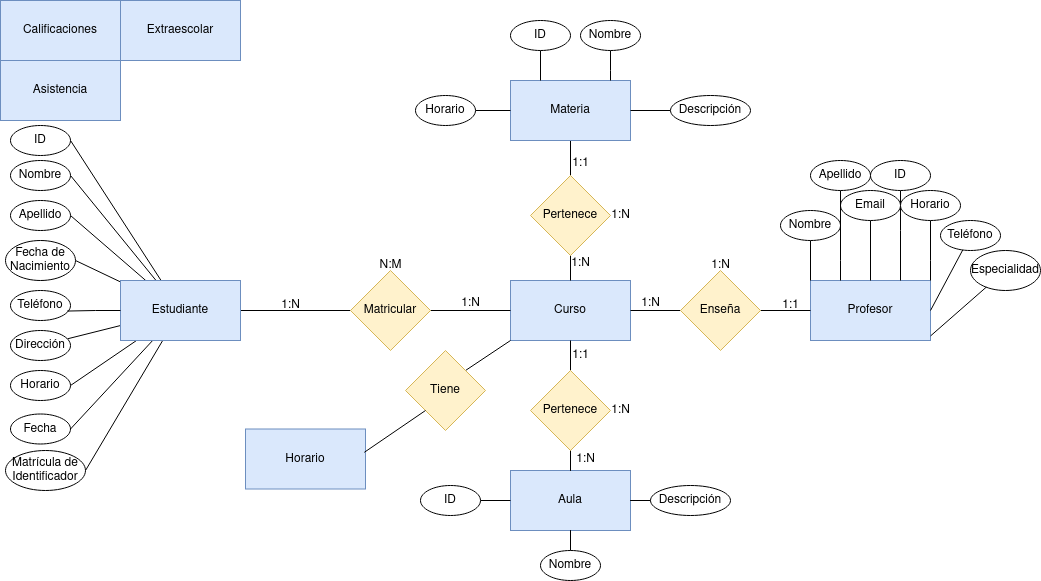
The draw.io diagram diagrama-tarea2.png in GermanOjeda/base-datos, before a commit. Source tidied: cells renumbered, new cells last; positions are measured from the earlier drawing's top-left corner, leaving out a move shared by most shapes.
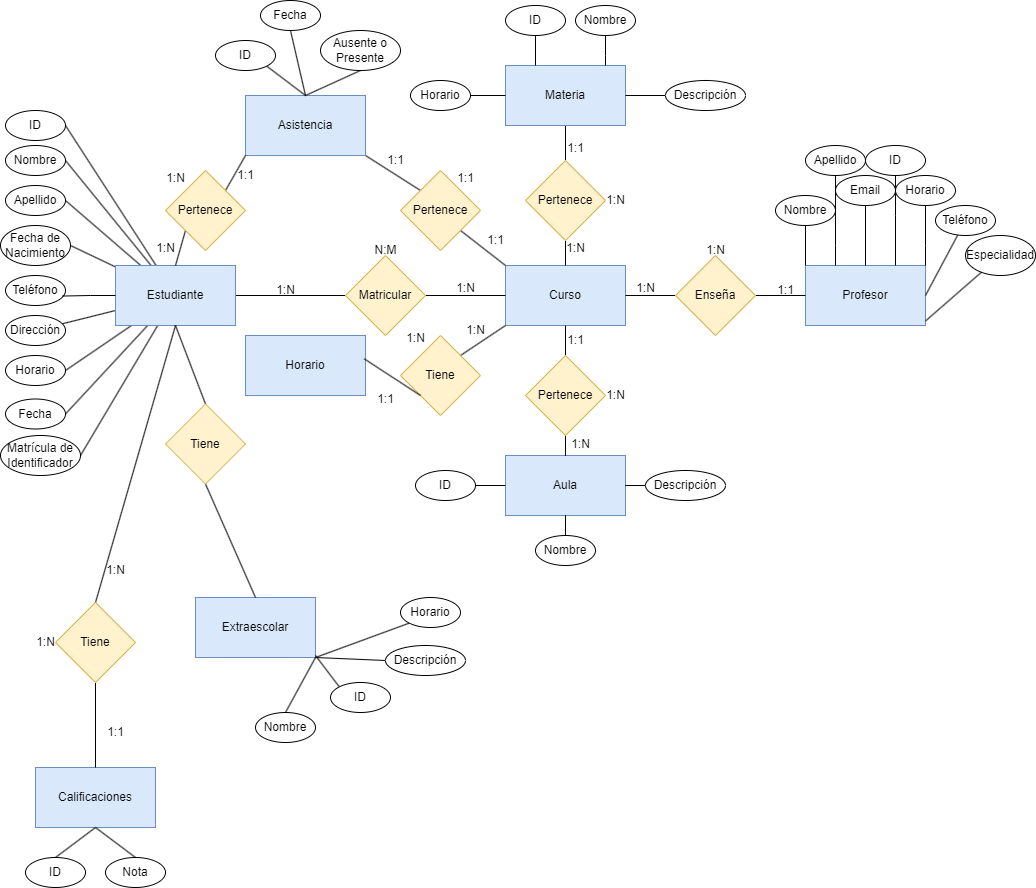
The same file after the commit.

The edit, as a diff of the source:
```diff
@@ -35,6 +35,9 @@
     <mxCell id="12" style="edgeStyle=orthogonalEdgeStyle;rounded=0;jettySize=auto;html=1;entryX=0.5;entryY=1;entryDx=0;entryDy=0;endArrow=none;endFill=0;" parent="1" edge="1" source="57" target="36">
       <mxGeometry relative="1" as="geometry" />
     </mxCell>
+    <mxCell id="84" style="rounded=0;jettySize=auto;html=1;exitX=0;exitY=0;exitDx=0;exitDy=0;entryX=1;entryY=1;entryDx=0;entryDy=0;endArrow=none;endFill=0;" parent="1" edge="1" source="100" target="38">
+      <mxGeometry relative="1" as="geometry" />
+    </mxCell>
     <mxCell id="13" value="Curso" style="rounded=0;whiteSpace=wrap;html=1;fillColor=#dae8fc;strokeColor=#6c8ebf;" parent="1" vertex="1">
       <mxGeometry x="510" y="280" width="120" height="60" as="geometry" />
     </mxCell>
@@ -111,16 +114,19 @@
       <mxGeometry x="510" y="470" width="120" height="60" as="geometry" />
     </mxCell>
     <mxCell id="38" value="Asistencia" style="rounded=0;whiteSpace=wrap;html=1;fillColor=#dae8fc;strokeColor=#6c8ebf;" parent="1" vertex="1">
-      <mxGeometry y="60" width="120" height="60" as="geometry" />
+      <mxGeometry x="250" y="110" width="120" height="60" as="geometry" />
     </mxCell>
     <mxCell id="39" value="Calificaciones" style="rounded=0;whiteSpace=wrap;html=1;fillColor=#dae8fc;strokeColor=#6c8ebf;" parent="1" vertex="1">
-      <mxGeometry width="120" height="60" as="geometry" />
+      <mxGeometry x="40" y="782" width="120" height="60" as="geometry" />
     </mxCell>
     <mxCell id="40" value="Horario" style="rounded=0;whiteSpace=wrap;html=1;fillColor=#dae8fc;strokeColor=#6c8ebf;" parent="1" vertex="1">
-      <mxGeometry x="245" y="428.5" width="120" height="60" as="geometry" />
+      <mxGeometry x="250" y="350" width="120" height="60" as="geometry" />
     </mxCell>
+    <mxCell id="85" style="rounded=0;jettySize=auto;html=1;exitX=0.5;exitY=0;exitDx=0;exitDy=0;entryX=0.5;entryY=1;entryDx=0;entryDy=0;endArrow=none;endFill=0;" parent="1" edge="1" source="117" target="11">
+      <mxGeometry relative="1" as="geometry" />
+    </mxCell>
     <mxCell id="41" value="Extraescolar" style="rounded=0;whiteSpace=wrap;html=1;fillColor=#dae8fc;strokeColor=#6c8ebf;" parent="1" vertex="1">
-      <mxGeometry x="120" width="120" height="60" as="geometry" />
+      <mxGeometry x="200" y="612" width="120" height="60" as="geometry" />
     </mxCell>
     <mxCell id="42" style="edgeStyle=orthogonalEdgeStyle;rounded=0;jettySize=auto;html=1;endArrow=none;endFill=0;" parent="1" edge="1" source="43" target="29">
       <mxGeometry relative="1" as="geometry">
@@ -273,5 +279,129 @@
     <mxCell id="83" style="rounded=0;jettySize=auto;html=1;exitX=0;exitY=1;exitDx=0;exitDy=0;entryX=0.99;entryY=0.389;entryDx=0;entryDy=0;entryPerimeter=0;endArrow=none;endFill=0;" parent="1" edge="1" source="82" target="40">
       <mxGeometry relative="1" as="geometry" />
     </mxCell>
+    <mxCell id="86" value="1:N" style="text;html=1;align=center;verticalAlign=middle;strokeColor=none;fillColor=none;" parent="1" vertex="1">
+      <mxGeometry x="460" y="330" width="40" height="30" as="geometry" />
+    </mxCell>
+    <mxCell id="87" value="1:1" style="text;html=1;align=center;verticalAlign=middle;strokeColor=none;fillColor=none;" parent="1" vertex="1">
+      <mxGeometry x="370" y="399" width="40" height="30" as="geometry" />
+    </mxCell>
+    <mxCell id="88" value="1:N" style="text;html=1;align=center;verticalAlign=middle;strokeColor=none;fillColor=none;" parent="1" vertex="1">
+      <mxGeometry x="400" y="338" width="40" height="30" as="geometry" />
+    </mxCell>
+    <mxCell id="89" style="rounded=0;jettySize=auto;html=1;exitX=0.5;exitY=0;exitDx=0;exitDy=0;entryX=0.5;entryY=1;entryDx=0;entryDy=0;endArrow=none;endFill=0;" parent="1" edge="1" source="91" target="11">
+      <mxGeometry relative="1" as="geometry" />
+    </mxCell>
+    <mxCell id="90" style="edgeStyle=orthogonalEdgeStyle;rounded=0;jettySize=auto;html=1;entryX=0.5;entryY=0;entryDx=0;entryDy=0;endArrow=none;endFill=0;" parent="1" edge="1" source="91" target="39">
+      <mxGeometry relative="1" as="geometry" />
+    </mxCell>
+    <mxCell id="91" value="Tiene" style="rhombus;whiteSpace=wrap;html=1;fillColor=#fff2cc;strokeColor=#d6b656;" parent="1" vertex="1">
+      <mxGeometry x="60" y="617" width="80" height="80" as="geometry" />
+    </mxCell>
+    <mxCell id="92" value="1:1" style="text;html=1;align=center;verticalAlign=middle;strokeColor=none;fillColor=none;" parent="1" vertex="1">
+      <mxGeometry x="100" y="732" width="40" height="30" as="geometry" />
+    </mxCell>
+    <mxCell id="93" value="1:N" style="text;html=1;align=center;verticalAlign=middle;strokeColor=none;fillColor=none;" parent="1" vertex="1">
+      <mxGeometry x="100" y="570" width="40" height="30" as="geometry" />
+    </mxCell>
+    <mxCell id="94" value="1:N" style="text;html=1;align=center;verticalAlign=middle;strokeColor=none;fillColor=none;" parent="1" vertex="1">
+      <mxGeometry x="30" y="642" width="40" height="30" as="geometry" />
+    </mxCell>
+    <mxCell id="95" style="rounded=0;jettySize=auto;html=1;exitX=0.5;exitY=0;exitDx=0;exitDy=0;entryX=0.5;entryY=1;entryDx=0;entryDy=0;endArrow=none;endFill=0;" parent="1" edge="1" source="96" target="39">
+      <mxGeometry relative="1" as="geometry" />
+    </mxCell>
+    <mxCell id="96" value="ID" style="ellipse;whiteSpace=wrap;html=1;" parent="1" vertex="1">
+      <mxGeometry x="30" y="872" width="60" height="30" as="geometry" />
+    </mxCell>
+    <mxCell id="97" style="rounded=0;jettySize=auto;html=1;exitX=0.5;exitY=0;exitDx=0;exitDy=0;entryX=0.5;entryY=1;entryDx=0;entryDy=0;endArrow=none;endFill=0;shadow=0;" parent="1" edge="1" source="98" target="39">
+      <mxGeometry relative="1" as="geometry" />
+    </mxCell>
+    <mxCell id="98" value="Nota" style="ellipse;whiteSpace=wrap;html=1;" parent="1" vertex="1">
+      <mxGeometry x="110" y="872" width="60" height="30" as="geometry" />
+    </mxCell>
+    <mxCell id="99" style="rounded=0;jettySize=auto;html=1;exitX=0;exitY=0;exitDx=0;exitDy=0;entryX=1;entryY=1;entryDx=0;entryDy=0;endArrow=none;endFill=0;" parent="1" edge="1" source="13" target="100">
+      <mxGeometry relative="1" as="geometry" />
+    </mxCell>
+    <mxCell id="100" value="Pertenece" style="rhombus;whiteSpace=wrap;html=1;fillColor=#fff2cc;strokeColor=#d6b656;" parent="1" vertex="1">
+      <mxGeometry x="405" y="185" width="80" height="80" as="geometry" />
+    </mxCell>
+    <mxCell id="101" style="rounded=0;jettySize=auto;html=1;exitX=0.5;exitY=0;exitDx=0;exitDy=0;entryX=0;entryY=1;entryDx=0;entryDy=0;endArrow=none;endFill=0;" parent="1" edge="1" source="11" target="103">
+      <mxGeometry relative="1" as="geometry" />
+    </mxCell>
+    <mxCell id="102" style="rounded=0;jettySize=auto;html=1;exitX=1;exitY=0;exitDx=0;exitDy=0;entryX=0;entryY=1;entryDx=0;entryDy=0;endArrow=none;endFill=0;" parent="1" edge="1" source="103" target="38">
+      <mxGeometry relative="1" as="geometry" />
+    </mxCell>
+    <mxCell id="103" value="Pertenece" style="rhombus;whiteSpace=wrap;html=1;fillColor=#fff2cc;strokeColor=#d6b656;" parent="1" vertex="1">
+      <mxGeometry x="170" y="185" width="80" height="80" as="geometry" />
+    </mxCell>
+    <mxCell id="104" value="1:1" style="text;html=1;align=center;verticalAlign=middle;strokeColor=none;fillColor=none;" parent="1" vertex="1">
+      <mxGeometry x="230" y="175" width="40" height="30" as="geometry" />
+    </mxCell>
+    <mxCell id="105" value="1:N" style="text;html=1;align=center;verticalAlign=middle;strokeColor=none;fillColor=none;" parent="1" vertex="1">
+      <mxGeometry x="150" y="248" width="40" height="30" as="geometry" />
+    </mxCell>
+    <mxCell id="106" value="1:N" style="text;html=1;align=center;verticalAlign=middle;strokeColor=none;fillColor=none;" parent="1" vertex="1">
+      <mxGeometry x="160" y="178" width="40" height="30" as="geometry" />
+    </mxCell>
+    <mxCell id="107" value="1:1" style="text;html=1;align=center;verticalAlign=middle;strokeColor=none;fillColor=none;" parent="1" vertex="1">
+      <mxGeometry x="380" y="160" width="40" height="30" as="geometry" />
+    </mxCell>
+    <mxCell id="108" value="1:1" style="text;html=1;align=center;verticalAlign=middle;strokeColor=none;fillColor=none;" parent="1" vertex="1">
+      <mxGeometry x="450" y="178" width="40" height="30" as="geometry" />
+    </mxCell>
+    <mxCell id="109" value="1:1" style="text;html=1;align=center;verticalAlign=middle;strokeColor=none;fillColor=none;" parent="1" vertex="1">
+      <mxGeometry x="480" y="240" width="40" height="30" as="geometry" />
+    </mxCell>
+    <mxCell id="110" style="rounded=0;jettySize=auto;html=1;exitX=1;exitY=1;exitDx=0;exitDy=0;entryX=0.5;entryY=0;entryDx=0;entryDy=0;endArrow=none;endFill=0;" parent="1" edge="1" source="111" target="38">
+      <mxGeometry relative="1" as="geometry" />
+    </mxCell>
+    <mxCell id="111" value="ID" style="ellipse;whiteSpace=wrap;html=1;" parent="1" vertex="1">
+      <mxGeometry x="220" y="55" width="60" height="30" as="geometry" />
+    </mxCell>
+    <mxCell id="112" style="rounded=0;jettySize=auto;html=1;exitX=0.5;exitY=1;exitDx=0;exitDy=0;endArrow=none;endFill=0;" parent="1" edge="1" source="113">
+      <mxGeometry relative="1" as="geometry">
+        <mxPoint x="310" y="110" as="targetPoint" />
+      </mxGeometry>
+    </mxCell>
+    <mxCell id="113" value="Fecha" style="ellipse;whiteSpace=wrap;html=1;" parent="1" vertex="1">
+      <mxGeometry x="265" y="15" width="60" height="30" as="geometry" />
+    </mxCell>
+    <mxCell id="114" style="rounded=0;jettySize=auto;html=1;exitX=0.5;exitY=1;exitDx=0;exitDy=0;entryX=0.5;entryY=0;entryDx=0;entryDy=0;endArrow=none;endFill=0;" parent="1" edge="1" source="115" target="38">
+      <mxGeometry relative="1" as="geometry" />
+    </mxCell>
+    <mxCell id="115" value="Ausente o Presente" style="ellipse;whiteSpace=wrap;html=1;" parent="1" vertex="1">
+      <mxGeometry x="325" y="45" width="80" height="40" as="geometry" />
+    </mxCell>
+    <mxCell id="116" style="rounded=0;jettySize=auto;html=1;exitX=0.5;exitY=0;exitDx=0;exitDy=0;entryX=0.5;entryY=1;entryDx=0;entryDy=0;endArrow=none;endFill=0;" parent="1" edge="1" source="41" target="117">
+      <mxGeometry relative="1" as="geometry" />
+    </mxCell>
+    <mxCell id="117" value="Tiene" style="rhombus;whiteSpace=wrap;html=1;fillColor=#fff2cc;strokeColor=#d6b656;" parent="1" vertex="1">
+      <mxGeometry x="170" y="418.5" width="80" height="80" as="geometry" />
+    </mxCell>
+    <mxCell id="118" style="rounded=0;jettySize=auto;html=1;exitX=0;exitY=0;exitDx=0;exitDy=0;endArrow=none;endFill=0;" parent="1" edge="1" source="119">
+      <mxGeometry relative="1" as="geometry">
+        <mxPoint x="320" y="670" as="targetPoint" />
+      </mxGeometry>
+    </mxCell>
+    <mxCell id="119" value="ID" style="ellipse;whiteSpace=wrap;html=1;" parent="1" vertex="1">
+      <mxGeometry x="335" y="697" width="60" height="30" as="geometry" />
+    </mxCell>
+    <mxCell id="120" style="rounded=0;jettySize=auto;html=1;exitX=0.5;exitY=0;exitDx=0;exitDy=0;entryX=1;entryY=1;entryDx=0;entryDy=0;endArrow=none;endFill=0;" parent="1" edge="1" source="121" target="41">
+      <mxGeometry relative="1" as="geometry" />
+    </mxCell>
+    <mxCell id="121" value="Nombre" style="ellipse;whiteSpace=wrap;html=1;" parent="1" vertex="1">
+      <mxGeometry x="260" y="727" width="60" height="30" as="geometry" />
+    </mxCell>
+    <mxCell id="122" style="rounded=0;jettySize=auto;html=1;exitX=0;exitY=0.5;exitDx=0;exitDy=0;entryX=1;entryY=1;entryDx=0;entryDy=0;endArrow=none;endFill=0;" parent="1" edge="1" source="123" target="41">
+      <mxGeometry relative="1" as="geometry" />
+    </mxCell>
+    <mxCell id="123" value="Descripción" style="ellipse;whiteSpace=wrap;html=1;" parent="1" vertex="1">
+      <mxGeometry x="390" y="660" width="80" height="30" as="geometry" />
+    </mxCell>
+    <mxCell id="124" style="rounded=0;jettySize=auto;html=1;exitX=0;exitY=1;exitDx=0;exitDy=0;entryX=1;entryY=1;entryDx=0;entryDy=0;endArrow=none;endFill=0;" parent="1" edge="1" source="125" target="41">
+      <mxGeometry relative="1" as="geometry" />
+    </mxCell>
+    <mxCell id="125" value="Horario" style="ellipse;whiteSpace=wrap;html=1;" parent="1" vertex="1">
+      <mxGeometry x="405" y="612" width="60" height="30" as="geometry" />
+    </mxCell>
   </root>
 </mxGraphModel>
```
